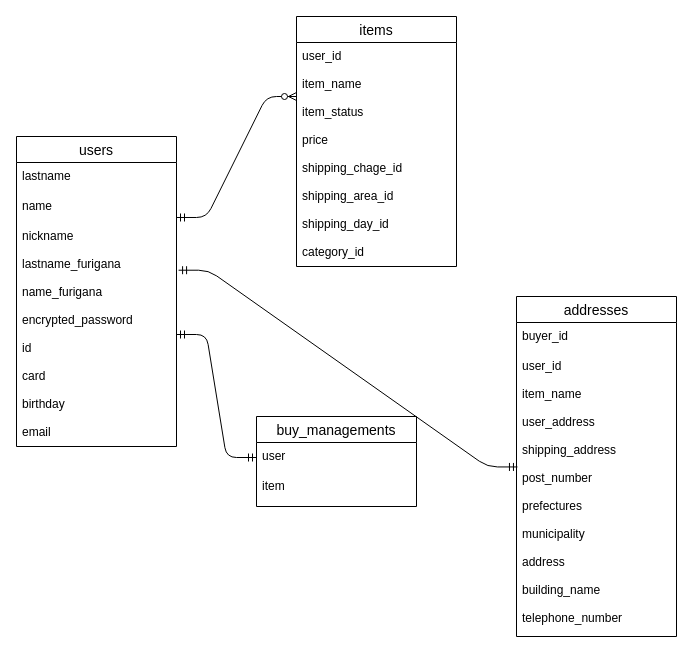
Earlier version of the draw.io diagram test.dio (Hiroyuki0083/furima-32367). Source tidied: cells renumbered, new cells numbered last; positions are measured from the earlier drawing's top-left corner, leaving out a move shared by most shapes. Both pictures are drawn from the tidied source at 100%, with x=0, y=0 at pixel (16, 16).
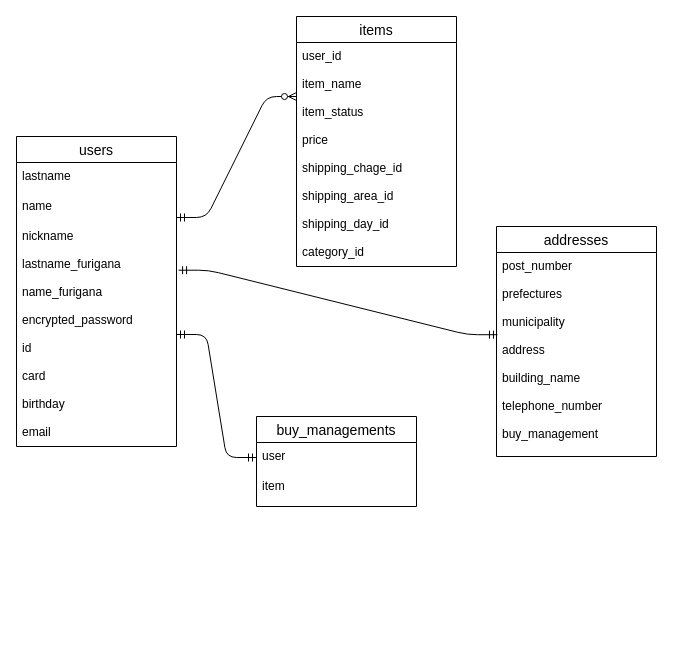
After the change.

What changed in the source:
```diff
@@
 <mxGraphModel>
   <root>
     <mxCell id="0" />
     <mxCell id="1" parent="0" />
     <mxCell id="2" value="users" style="swimlane;fontStyle=0;horizontal=1;startSize=26;align=center;fontSize=14;" parent="1" vertex="1">
       <mxGeometry y="120" width="160" height="310" as="geometry" />
     </mxCell>
     <mxCell id="3" value="lastname" style="text;strokeColor=none;fillColor=none;spacingLeft=4;spacingRight=4;overflow=hidden;fontSize=12;" parent="2" vertex="1">
       <mxGeometry y="26" width="160" height="30" as="geometry" />
     </mxCell>
     <mxCell id="4" value="name" style="text;strokeColor=none;fillColor=none;spacingLeft=4;spacingRight=4;overflow=hidden;points=[[0,0.5],[1,0.5]];portConstraint=eastwest;fontSize=12;" parent="2" vertex="1">
       <mxGeometry y="56" width="160" height="30" as="geometry" />
     </mxCell>
     <mxCell id="5" value="nickname&#10;&#10;lastname_furigana&#10;&#10;name_furigana&#10;&#10;encrypted_password&#10;&#10;id&#10;&#10;card&#10;&#10;birthday&#10;&#10;email" style="text;strokeColor=none;fillColor=none;spacingLeft=4;spacingRight=4;overflow=hidden;points=[[0,0.5],[1,0.5]];portConstraint=eastwest;fontSize=12;" parent="2" vertex="1">
       <mxGeometry y="86" width="160" height="224" as="geometry" />
     </mxCell>
     <mxCell id="6" value="buy_managements" style="swimlane;fontStyle=0;horizontal=1;startSize=26;align=center;fontSize=14;" parent="1" vertex="1">
       <mxGeometry x="240" y="400" width="160" height="90" as="geometry" />
     </mxCell>
     <mxCell id="7" value="user" style="text;strokeColor=none;fillColor=none;spacingLeft=4;spacingRight=4;overflow=hidden;points=[[0,0.5],[1,0.5]];portConstraint=eastwest;fontSize=12;" parent="6" vertex="1">
       <mxGeometry y="26" width="160" height="30" as="geometry" />
     </mxCell>
     <mxCell id="8" value="item" style="text;strokeColor=none;fillColor=none;spacingLeft=4;spacingRight=4;overflow=hidden;fontSize=12;" parent="6" vertex="1">
       <mxGeometry y="56" width="160" height="34" as="geometry" />
     </mxCell>
     <mxCell id="9" value="items" style="swimlane;fontStyle=0;horizontal=1;startSize=26;align=center;fontSize=14;" parent="1" vertex="1">
       <mxGeometry x="280" width="160" height="250" as="geometry" />
     </mxCell>
     <mxCell id="10" value="user_id&#10;&#10;item_name&#10;&#10;item_status&#10;&#10;price&#10;&#10;shipping_chage_id&#10;&#10;shipping_area_id&#10;&#10;shipping_day_id&#10;&#10;category_id" style="text;strokeColor=none;fillColor=none;spacingLeft=4;spacingRight=4;overflow=hidden;fontSize=12;" parent="9" vertex="1">
       <mxGeometry y="26" width="160" height="224" as="geometry" />
     </mxCell>
     <mxCell id="11" style="edgeStyle=entityRelationEdgeStyle;fontSize=12;html=1;endArrow=ERzeroToMany;startArrow=ERmandOne;exitX=1;exitY=0.833;exitDx=0;exitDy=0;exitPerimeter=0;" parent="1" edge="1" source="4">
       <mxGeometry relative="1" as="geometry">
         <mxPoint x="280" y="80" as="targetPoint" />
       </mxGeometry>
     </mxCell>
     <mxCell id="12" style="edgeStyle=entityRelationEdgeStyle;fontSize=12;html=1;endArrow=ERmandOne;startArrow=ERmandOne;entryX=0;entryY=0.5;entryDx=0;entryDy=0;" parent="1" edge="1" source="5" target="7">
       <mxGeometry relative="1" as="geometry" />
     </mxCell>
     <mxCell id="13" value="addresses" style="swimlane;fontStyle=0;horizontal=1;startSize=26;align=center;fontSize=14;" parent="1" vertex="1">
-      <mxGeometry x="500" y="280" width="160" height="340" as="geometry" />
+      <mxGeometry x="480" y="210" width="160" height="230" as="geometry" />
     </mxCell>
-    <mxCell id="14" value="buyer_id" style="text;strokeColor=none;fillColor=none;spacingLeft=4;spacingRight=4;overflow=hidden;fontSize=12;" parent="13" vertex="1">
-      <mxGeometry y="26" width="160" height="30" as="geometry" />
-    </mxCell>
-    <mxCell id="15" value="user_id&#10;&#10;item_name&#10;&#10;user_address&#10;&#10;shipping_address&#10;&#10;post_number&#10;&#10;prefectures&#10;&#10;municipality&#10;&#10;address&#10;&#10;building_name&#10;&#10;telephone_number" style="text;strokeColor=none;fillColor=none;spacingLeft=4;spacingRight=4;overflow=hidden;points=[[0,0.5],[1,0.5]];portConstraint=eastwest;fontSize=12;" parent="13" vertex="1">
-      <mxGeometry y="56" width="160" height="284" as="geometry" />
+    <mxCell id="15" value="post_number&#10;&#10;prefectures&#10;&#10;municipality&#10;&#10;address&#10;&#10;building_name&#10;&#10;telephone_number&#10;&#10;buy_management" style="text;strokeColor=none;fillColor=none;spacingLeft=4;spacingRight=4;overflow=hidden;points=[[0,0.5],[1,0.5]];portConstraint=eastwest;fontSize=12;" parent="13" vertex="1">
+      <mxGeometry y="26" width="160" height="204" as="geometry" />
     </mxCell>
     <mxCell id="16" style="edgeStyle=entityRelationEdgeStyle;fontSize=12;html=1;endArrow=ERmandOne;startArrow=ERmandOne;entryX=0.006;entryY=0.403;entryDx=0;entryDy=0;entryPerimeter=0;exitX=1.013;exitY=0.213;exitDx=0;exitDy=0;exitPerimeter=0;" parent="1" edge="1" source="5" target="15">
       <mxGeometry relative="1" as="geometry" />
     </mxCell>
   </root>
 </mxGraphModel>
```
